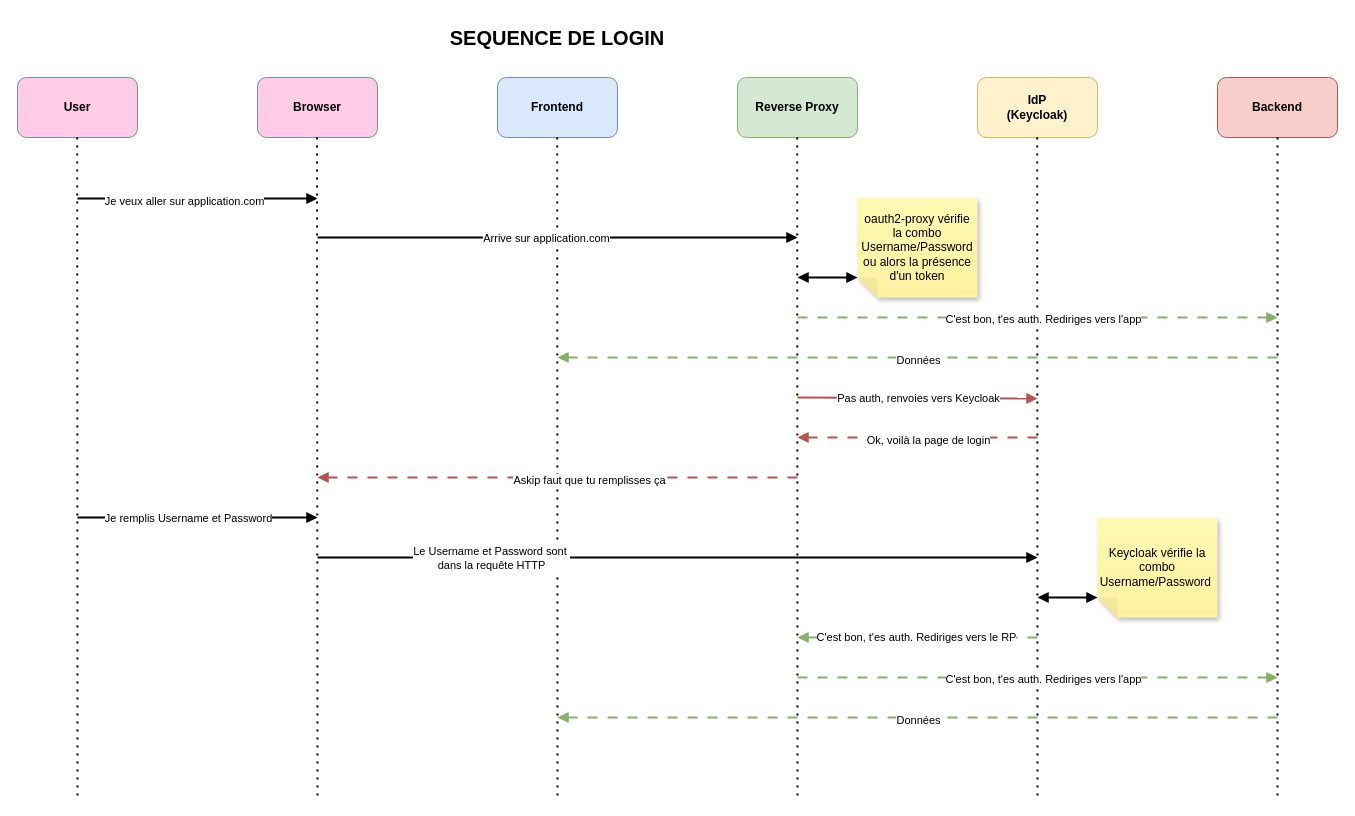
Before: schemas/SIR3 - Diagramme de séquence - Login.drawio.xml in selligre/SIRIUS, a draw.io diagram. Source tidied: cells renumbered, new cells numbered last; positions are measured from the earlier drawing's top-left corner, leaving out a move shared by most shapes. Both pictures are drawn from the tidied source at 100%, with x=0, y=0 at pixel (17, 17).
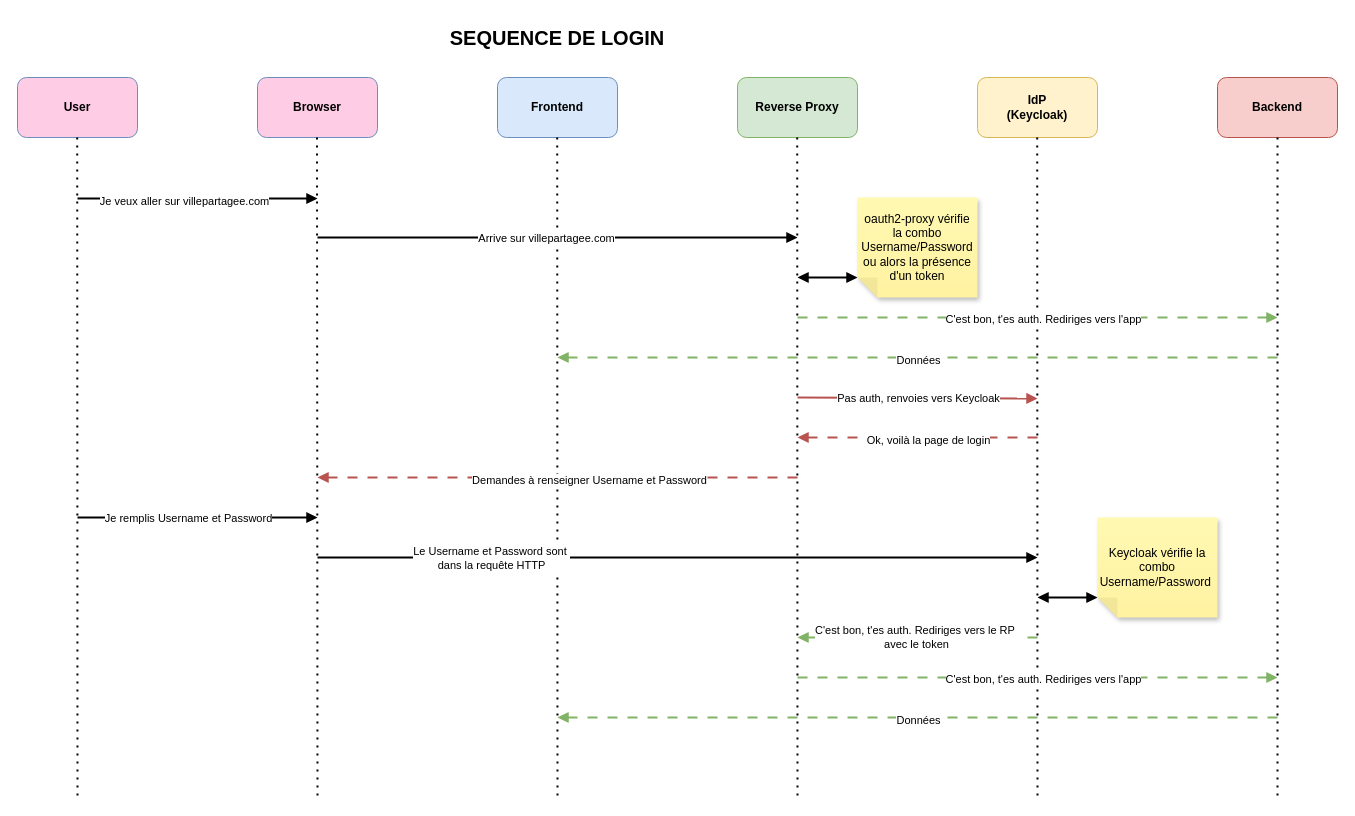
The same diagram, later.

Commit message:
update diagramme login

The change refers to these unchanged cells:
```xml
<mxCell id="11" style="endArrow=block;html=1;rounded=0;strokeWidth=2;endFill=1;" parent="1" edge="1">
  <mxGeometry relative="1" as="geometry">
    <mxPoint x="300" y="220" as="sourcePoint" />
    <mxPoint x="780" y="220" as="targetPoint" />
  </mxGeometry>
</mxCell>
<mxCell id="19" style="endArrow=block;html=1;rounded=0;strokeWidth=2;endFill=1;" parent="1" edge="1">
  <mxGeometry relative="1" as="geometry">
    <mxPoint x="60" y="181" as="sourcePoint" />
    <mxPoint x="300" y="181" as="targetPoint" />
  </mxGeometry>
</mxCell>
<mxCell id="29" style="endArrow=block;html=1;rounded=0;strokeWidth=2;endFill=1;dashed=1;dashPattern=5 5;fillColor=#f8cecc;strokeColor=#b85450;" parent="1" edge="1">
  <mxGeometry relative="1" as="geometry">
    <mxPoint x="780" y="460" as="sourcePoint" />
    <mxPoint x="300" y="460" as="targetPoint" />
  </mxGeometry>
</mxCell>
<mxCell id="31" style="endArrow=block;html=1;rounded=0;strokeWidth=2;endFill=1;dashed=1;dashPattern=5 5;fillColor=#d5e8d4;strokeColor=#82b366;" parent="1" edge="1">
  <mxGeometry relative="1" as="geometry">
    <mxPoint x="1020" y="620" as="sourcePoint" />
    <mxPoint x="780" y="620" as="targetPoint" />
  </mxGeometry>
</mxCell>
```

Change to the diagram source:
```diff
@@
-    <mxCell id="12" value="Arrive sur application.com" style="edgeLabel;html=1;align=center;verticalAlign=middle;" parent="11" vertex="1">
+    <mxCell id="12" value="Arrive sur villepartagee.com" style="edgeLabel;html=1;align=center;verticalAlign=middle;" parent="11" vertex="1">
       <mxGeometry x="-0.05" relative="1" as="geometry" />
     </mxCell>
@@
-    <mxCell id="20" value="Je veux aller sur application.com" style="edgeLabel;html=1;align=center;verticalAlign=middle;" parent="19" vertex="1">
+    <mxCell id="20" value="Je veux aller sur villepartagee.com" style="edgeLabel;html=1;align=center;verticalAlign=middle;" parent="19" vertex="1">
       <mxGeometry x="-0.12" y="-2" relative="1" as="geometry" />
     </mxCell>
@@
-    <mxCell id="30" value="Askip faut que tu remplisses ça" style="edgeLabel;html=1;align=center;verticalAlign=middle;" parent="29" vertex="1">
+    <mxCell id="30" value="Demandes à renseigner Username et Password" style="edgeLabel;html=1;align=center;verticalAlign=middle;" parent="29" vertex="1">
       <mxGeometry x="-0.18" y="2" relative="1" as="geometry">
         <mxPoint x="-12" as="offset" />
       </mxGeometry>
     </mxCell>
@@
-    <mxCell id="32" value="C'est bon, t'es auth. Rediriges vers le RP" style="edgeLabel;html=1;align=center;verticalAlign=middle;" parent="31" vertex="1">
+    <mxCell id="32" value="C'est bon, t'es auth. Rediriges vers le RP&amp;nbsp;&lt;div&gt;avec le token&lt;/div&gt;" style="edgeLabel;html=1;align=center;verticalAlign=middle;" parent="31" vertex="1">
       <mxGeometry x="0.02" y="-1" relative="1" as="geometry" />
     </mxCell>
```
